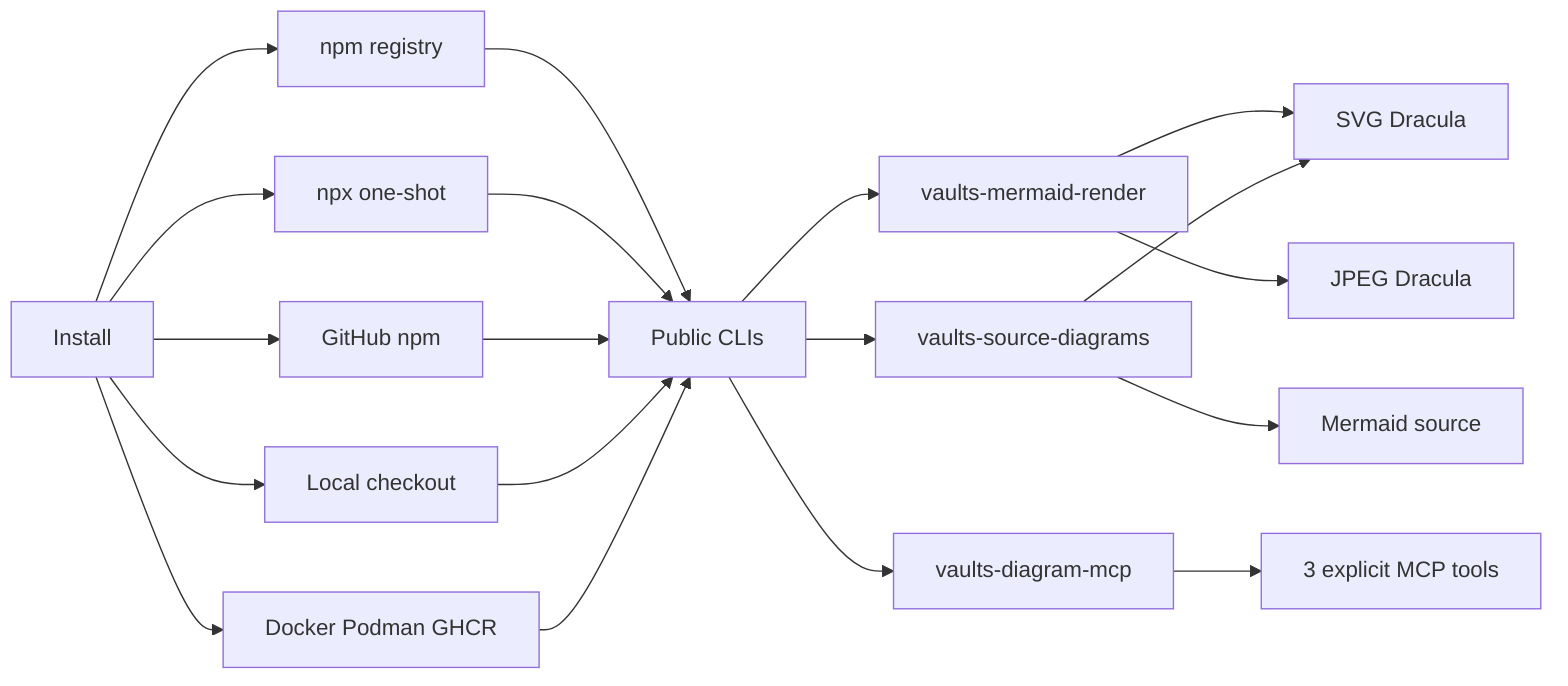
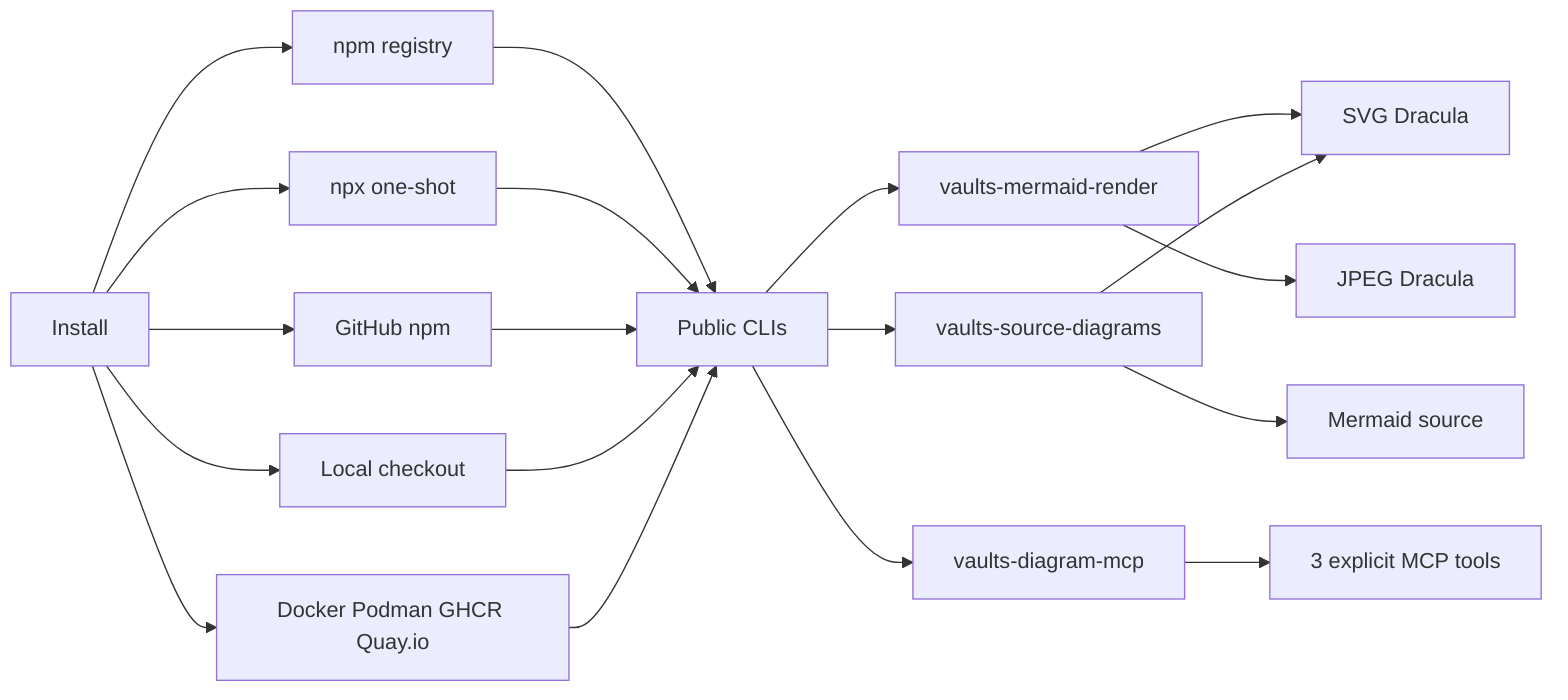
flowchart LR
  Install["Install"] --> Npm["npm registry"]
  Install --> Npx["npx one-shot"]
  Install --> GitHub["GitHub npm"]
  Install --> Local["Local checkout"]
-   Install --> Container["Docker Podman GHCR"]
+   Install --> Container["Docker Podman GHCR Quay.io"]

  Npm --> Cli["Public CLIs"]
  Npx --> Cli
  GitHub --> Cli
  Local --> Cli
  Container --> Cli

  Cli --> Render["vaults-mermaid-render"]
  Cli --> Source["vaults-source-diagrams"]
  Cli --> Mcp["vaults-diagram-mcp"]

  Render --> Svg["SVG Dracula"]
  Render --> Jpg["JPEG Dracula"]
  Source --> Mermaid["Mermaid source"]
  Source --> Svg
  Mcp --> Tools["3 explicit MCP tools"]
